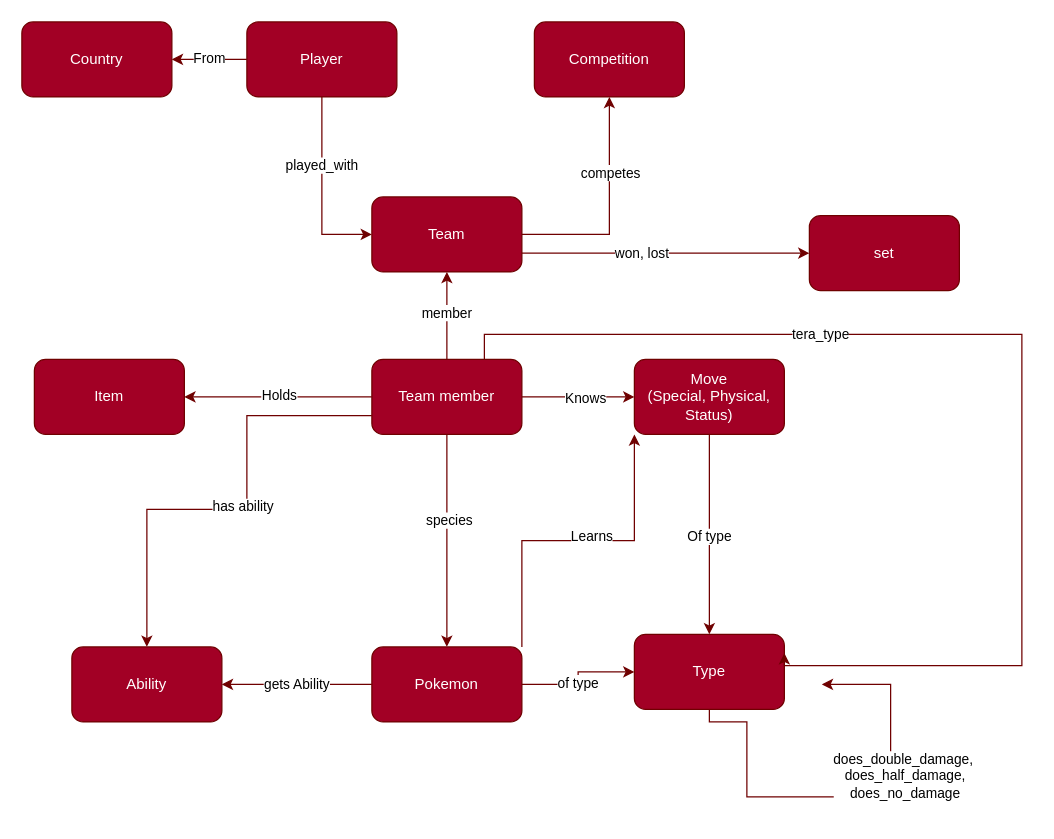
custibor99/poke-graph keeps this draw.io diagram as ontology/basic_ontology.drawio. Above is the earlier version. Source tidied: cells renumbered, new cells numbered last; positions are measured from the earlier drawing's top-left corner, leaving out a move shared by most shapes. Both pictures are drawn from the tidied source at 125%, with x=0, y=0 at pixel (21, 21).
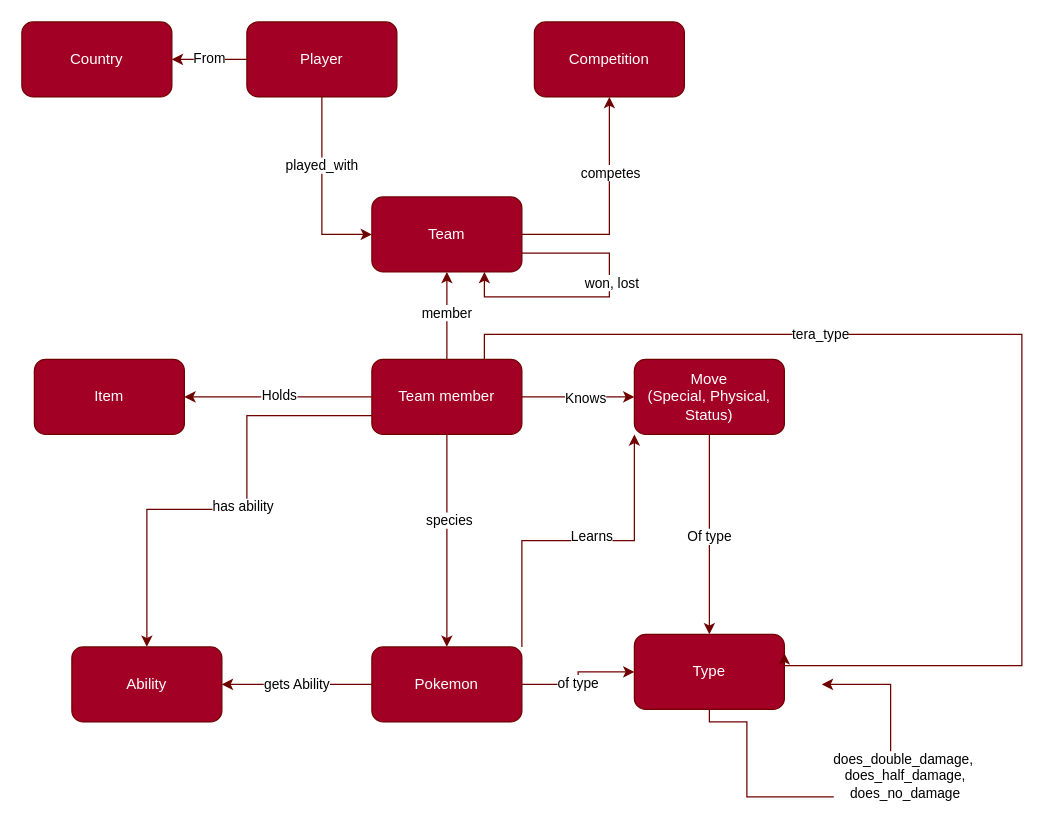
After the change.

Commit message:
update base ontology

The change refers to these unchanged cells:
```xml
<mxCell id="12" value="Team" style="rounded=1;whiteSpace=wrap;html=1;fillColor=#a20025;fontColor=#ffffff;strokeColor=#6F0000;" parent="1" vertex="1">
  <mxGeometry x="280" y="140" width="120" height="60" as="geometry" />
</mxCell>
```

What changed in the source:
```diff
@@
-    <mxCell id="4" style="edgeStyle=orthogonalEdgeStyle;rounded=0;jettySize=auto;html=1;exitX=1;exitY=0.75;exitDx=0;exitDy=0;fillColor=#a20025;strokeColor=#6F0000;" parent="1" edge="1" source="12" target="40">
+    <mxCell id="4" style="edgeStyle=orthogonalEdgeStyle;rounded=0;orthogonalLoop=1;jettySize=auto;html=1;exitX=1;exitY=0.75;exitDx=0;exitDy=0;fillColor=#a20025;strokeColor=#6F0000;entryX=0.75;entryY=1;entryDx=0;entryDy=0;" parent="1" edge="1" source="12" target="12">
       <mxGeometry relative="1" as="geometry">
         <Array as="points">
-          <mxPoint x="590" y="185" />
-          <mxPoint x="590" y="185" />
+          <mxPoint x="470" y="185" />
+          <mxPoint x="470" y="220" />
+          <mxPoint x="370" y="220" />
         </Array>
       </mxGeometry>
     </mxCell>
@@
-    <mxCell id="40" value="set" style="rounded=1;whiteSpace=wrap;html=1;fillColor=#a20025;fontColor=#ffffff;strokeColor=#6F0000;" parent="1" vertex="1">
-      <mxGeometry x="630" y="155" width="120" height="60" as="geometry" />
-    </mxCell>
```
